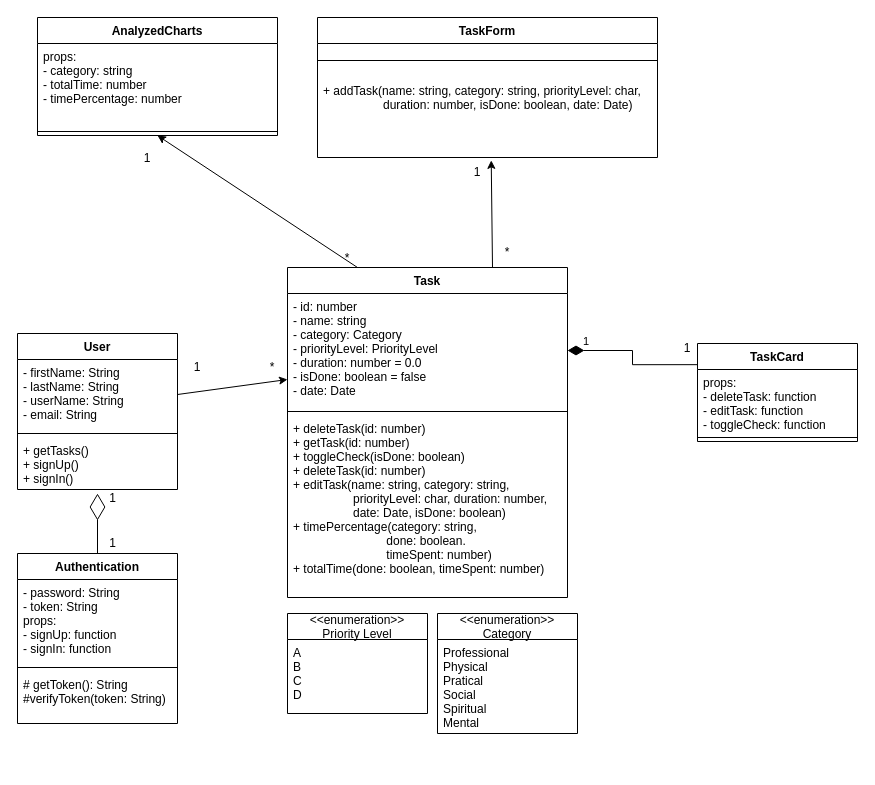
ViNguyen3747/Voice-Powered-Self-Productivity keeps this draw.io diagram as images/classDiagram.drawio. Above is the earlier version. Source tidied: cells renumbered, new cells numbered last; positions are measured from the earlier drawing's top-left corner, leaving out a move shared by most shapes. Both pictures are drawn from the tidied source at 100%, with x=0, y=0 at pixel (17, 17).
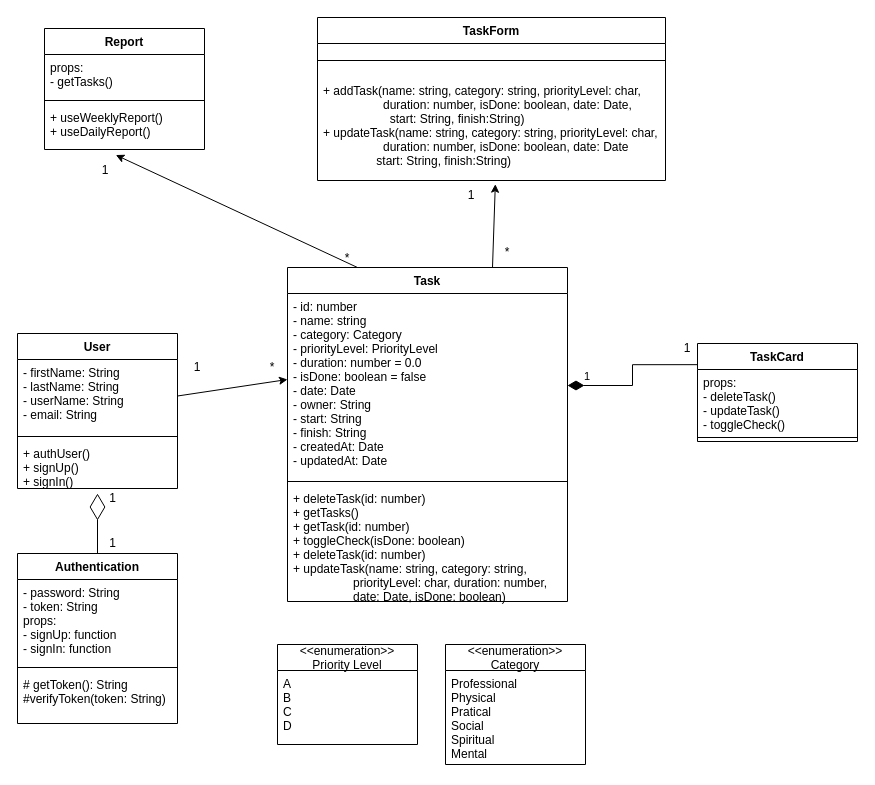
The same diagram, later.

Unchanged cells that the change refers to:
```xml
<mxCell id="12" value="TaskCard" style="swimlane;fontStyle=1;align=center;verticalAlign=top;horizontal=1;startSize=26;" parent="1" vertex="1">
  <mxGeometry x="680" y="326" width="160" height="98" as="geometry" />
</mxCell>
```

The edit, as a diff of the source:
```diff
@@
     <mxCell id="2" value="Task" style="swimlane;fontStyle=1;align=center;verticalAlign=top;horizontal=1;startSize=26;" parent="1" vertex="1">
-      <mxGeometry x="270" y="250" width="280" height="330" as="geometry" />
+      <mxGeometry x="270" y="250" width="280" height="334" as="geometry" />
     </mxCell>
-    <mxCell id="3" value="- id: number&#10;- name: string&#10;- category: Category&#10;- priorityLevel: PriorityLevel&#10;- duration: number = 0.0&#10;- isDone: boolean = false&#10;- date: Date" style="text;strokeColor=none;fillColor=none;align=left;verticalAlign=top;spacingLeft=4;spacingRight=4;overflow=hidden;points=[[0,0.5],[1,0.5]];portConstraint=eastwest;" parent="2" vertex="1">
-      <mxGeometry y="26" width="280" height="114" as="geometry" />
+    <mxCell id="3" value="- id: number&#10;- name: string&#10;- category: Category&#10;- priorityLevel: PriorityLevel&#10;- duration: number = 0.0&#10;- isDone: boolean = false&#10;- date: Date&#10;- owner: String&#10;- start: String&#10;- finish: String&#10;- createdAt: Date&#10;- updatedAt: Date" style="text;strokeColor=none;fillColor=none;align=left;verticalAlign=top;spacingLeft=4;spacingRight=4;overflow=hidden;points=[[0,0.5],[1,0.5]];portConstraint=eastwest;" parent="2" vertex="1">
+      <mxGeometry y="26" width="280" height="184" as="geometry" />
     </mxCell>
     <mxCell id="4" style="line;strokeWidth=1;fillColor=none;align=left;verticalAlign=middle;spacingTop=-1;spacingLeft=3;spacingRight=3;labelPosition=right;" parent="2" vertex="1">
-      <mxGeometry y="140" width="280" height="8" as="geometry" />
+      <mxGeometry y="210" width="280" height="8" as="geometry" />
     </mxCell>
-    <mxCell id="5" value="+ deleteTask(id: number)&#10;+ getTask(id: number)&#10;+ toggleCheck(isDone: boolean)&#10;+ deleteTask(id: number)&#10;+ editTask(name: string, category: string,&#10;                  priorityLevel: char, duration: number,&#10;                  date: Date, isDone: boolean)&#10;+ timePercentage(category: string,&#10;                            done: boolean.&#10;                            timeSpent: number)&#10;+ totalTime(done: boolean, timeSpent: number)&#10;" style="text;strokeColor=none;fillColor=none;align=left;verticalAlign=top;spacingLeft=4;spacingRight=4;overflow=hidden;" parent="2" vertex="1">
-      <mxGeometry y="148" width="280" height="182" as="geometry" />
+    <mxCell id="5" value="+ deleteTask(id: number)&#10;+ getTasks()&#10;+ getTask(id: number)&#10;+ toggleCheck(isDone: boolean)&#10;+ deleteTask(id: number)&#10;+ updateTask(name: string, category: string,&#10;                  priorityLevel: char, duration: number,&#10;                  date: Date, isDone: boolean)&#10;" style="text;strokeColor=none;fillColor=none;align=left;verticalAlign=top;spacingLeft=4;spacingRight=4;overflow=hidden;" parent="2" vertex="1">
+      <mxGeometry y="218" width="280" height="116" as="geometry" />
     </mxCell>
     <mxCell id="6" value="TaskForm" style="swimlane;fontStyle=1;align=center;verticalAlign=top;horizontal=1;startSize=26;" parent="1" vertex="1">
-      <mxGeometry x="300" width="340" height="140" as="geometry" />
+      <mxGeometry x="300" width="348" height="163" as="geometry" />
     </mxCell>
     <mxCell id="7" style="line;strokeWidth=1;fillColor=none;align=left;verticalAlign=middle;spacingTop=-1;spacingLeft=3;spacingRight=3;labelPosition=right;" parent="6" vertex="1">
-      <mxGeometry y="26" width="340" height="34" as="geometry" />
+      <mxGeometry y="26" width="348" height="34" as="geometry" />
     </mxCell>
-    <mxCell id="8" value="+ addTask(name: string, category: string, priorityLevel: char, &#10;                  duration: number, isDone: boolean, date: Date)" style="text;strokeColor=none;fillColor=none;align=left;verticalAlign=top;spacingLeft=4;spacingRight=4;overflow=hidden;points=[[0,0.5],[1,0.5]];portConstraint=eastwest;" parent="6" vertex="1">
-      <mxGeometry y="60" width="340" height="80" as="geometry" />
+    <mxCell id="8" value="+ addTask(name: string, category: string, priorityLevel: char, &#10;                  duration: number, isDone: boolean, date: Date,&#10;                    start: String, finish:String)&#10;+ updateTask(name: string, category: string, priorityLevel: char,&#10;                  duration: number, isDone: boolean, date: Date&#10;                start: String, finish:String)" style="text;strokeColor=none;fillColor=none;align=left;verticalAlign=top;spacingLeft=4;spacingRight=4;overflow=hidden;points=[[0,0.5],[1,0.5]];portConstraint=eastwest;" parent="6" vertex="1">
+      <mxGeometry y="60" width="348" height="103" as="geometry" />
     </mxCell>
@@
     <mxCell id="10" value="1" style="text;html=1;strokeColor=none;fillColor=none;align=center;verticalAlign=middle;whiteSpace=wrap;rounded=0;" parent="1" vertex="1">
-      <mxGeometry x="430" y="140" width="60" height="30" as="geometry" />
+      <mxGeometry x="424" y="163" width="60" height="30" as="geometry" />
     </mxCell>
@@
-    <mxCell id="13" value="props:&#10;- deleteTask: function&#10;- editTask: function&#10;- toggleCheck: function" style="text;strokeColor=none;fillColor=none;align=left;verticalAlign=top;spacingLeft=4;spacingRight=4;overflow=hidden;" parent="12" vertex="1">
+    <mxCell id="13" value="props:&#10;- deleteTask()&#10;- updateTask()&#10;- toggleCheck()" style="text;strokeColor=none;fillColor=none;align=left;verticalAlign=top;spacingLeft=4;spacingRight=4;overflow=hidden;" parent="12" vertex="1">
       <mxGeometry y="26" width="160" height="64" as="geometry" />
     </mxCell>
@@
-    <mxCell id="19" value="AnalyzedCharts" style="swimlane;fontStyle=1;align=center;verticalAlign=top;horizontal=1;startSize=26;" parent="1" vertex="1">
-      <mxGeometry x="20" width="240" height="118" as="geometry" />
-    </mxCell>
-    <mxCell id="20" value="props:&#10;- category: string&#10;- totalTime: number&#10;- timePercentage: number&#10;" style="text;strokeColor=none;fillColor=none;align=left;verticalAlign=top;spacingLeft=4;spacingRight=4;overflow=hidden;" parent="19" vertex="1">
-      <mxGeometry y="26" width="240" height="84" as="geometry" />
-    </mxCell>
-    <mxCell id="21" style="line;strokeWidth=1;fillColor=none;align=left;verticalAlign=middle;spacingTop=-1;spacingLeft=3;spacingRight=3;labelPosition=right;" parent="19" vertex="1">
-      <mxGeometry y="110" width="240" height="8" as="geometry" />
-    </mxCell>
-    <mxCell id="22" style="endArrow=classic;html=1;rounded=0;exitX=0.25;exitY=0;exitDx=0;exitDy=0;entryX=0.5;entryY=1;entryDx=0;entryDy=0;" parent="1" edge="1" source="2" target="19">
+    <mxCell id="22" style="endArrow=classic;html=1;rounded=0;exitX=0.25;exitY=0;exitDx=0;exitDy=0;entryX=0.446;entryY=1.123;entryDx=0;entryDy=0;entryPerimeter=0;" parent="1" edge="1" source="2" target="44">
       <mxGeometry relative="1" as="geometry" />
     </mxCell>
     <mxCell id="23" value="1" style="text;html=1;strokeColor=none;fillColor=none;align=center;verticalAlign=middle;whiteSpace=wrap;rounded=0;" parent="1" vertex="1">
-      <mxGeometry x="100" y="126" width="60" height="30" as="geometry" />
+      <mxGeometry x="57.5" y="138" width="60" height="30" as="geometry" />
     </mxCell>
@@
     <mxCell id="31" value="&lt;&lt;enumeration&gt;&gt;&#10;Priority Level" style="swimlane;fontStyle=0;horizontal=1;startSize=26;fillColor=none;" parent="1" vertex="1">
-      <mxGeometry x="270" y="596" width="140" height="100" as="geometry" />
+      <mxGeometry x="260" y="627" width="140" height="100" as="geometry" />
     </mxCell>
@@
     <mxCell id="34" value="User" style="swimlane;fontStyle=1;align=center;verticalAlign=top;horizontal=1;startSize=26;" parent="1" vertex="1">
-      <mxGeometry y="316" width="160" height="156" as="geometry" />
+      <mxGeometry y="316" width="160" height="155" as="geometry" />
     </mxCell>
     <mxCell id="35" value="- firstName: String&#10;- lastName: String&#10;- userName: String&#10;- email: String&#10; " style="text;strokeColor=none;fillColor=none;align=left;verticalAlign=top;spacingLeft=4;spacingRight=4;overflow=hidden;points=[[0,0.5],[1,0.5]];portConstraint=eastwest;" parent="34" vertex="1">
-      <mxGeometry y="26" width="160" height="70" as="geometry" />
+      <mxGeometry y="26" width="160" height="73" as="geometry" />
     </mxCell>
     <mxCell id="36" style="line;strokeWidth=1;fillColor=none;align=left;verticalAlign=middle;spacingTop=-1;spacingLeft=3;spacingRight=3;labelPosition=right;" parent="34" vertex="1">
-      <mxGeometry y="96" width="160" height="8" as="geometry" />
+      <mxGeometry y="99" width="160" height="8" as="geometry" />
     </mxCell>
-    <mxCell id="37" value="+ getTasks()&#10;+ signUp()&#10;+ signIn()" style="text;strokeColor=none;fillColor=none;align=left;verticalAlign=top;spacingLeft=4;spacingRight=4;overflow=hidden;" parent="34" vertex="1">
-      <mxGeometry y="104" width="160" height="52" as="geometry" />
+    <mxCell id="37" value="+ authUser()&#10;+ signUp()&#10;+ signIn()" style="text;strokeColor=none;fillColor=none;align=left;verticalAlign=top;spacingLeft=4;spacingRight=4;overflow=hidden;" parent="34" vertex="1">
+      <mxGeometry y="107" width="160" height="48" as="geometry" />
     </mxCell>
     <mxCell id="38" value="&lt;&lt;enumeration&gt;&gt;&#10;Category" style="swimlane;fontStyle=0;horizontal=1;startSize=26;fillColor=none;" parent="1" vertex="1">
-      <mxGeometry x="420" y="596" width="140" height="120" as="geometry" />
+      <mxGeometry x="428" y="627" width="140" height="120" as="geometry" />
     </mxCell>
@@
+    <mxCell id="41" value="Report" style="swimlane;fontStyle=1;align=center;verticalAlign=top;horizontal=1;startSize=26;" parent="1" vertex="1">
+      <mxGeometry x="27" y="11" width="160" height="121" as="geometry" />
+    </mxCell>
+    <mxCell id="42" value="props:&#10;- getTasks()" style="text;strokeColor=none;fillColor=none;align=left;verticalAlign=top;spacingLeft=4;spacingRight=4;overflow=hidden;" parent="41" vertex="1">
+      <mxGeometry y="26" width="160" height="42" as="geometry" />
+    </mxCell>
+    <mxCell id="43" style="line;strokeWidth=1;fillColor=none;align=left;verticalAlign=middle;spacingTop=-1;spacingLeft=3;spacingRight=3;labelPosition=right;" parent="41" vertex="1">
+      <mxGeometry y="68" width="160" height="8" as="geometry" />
+    </mxCell>
+    <mxCell id="44" value="+ useWeeklyReport()&#10;+ useDailyReport()" style="text;strokeColor=none;fillColor=none;align=left;verticalAlign=top;spacingLeft=4;spacingRight=4;overflow=hidden;points=[[0,0.5],[1,0.5]];portConstraint=eastwest;" parent="41" vertex="1">
+      <mxGeometry y="76" width="160" height="45" as="geometry" />
+    </mxCell>
```
